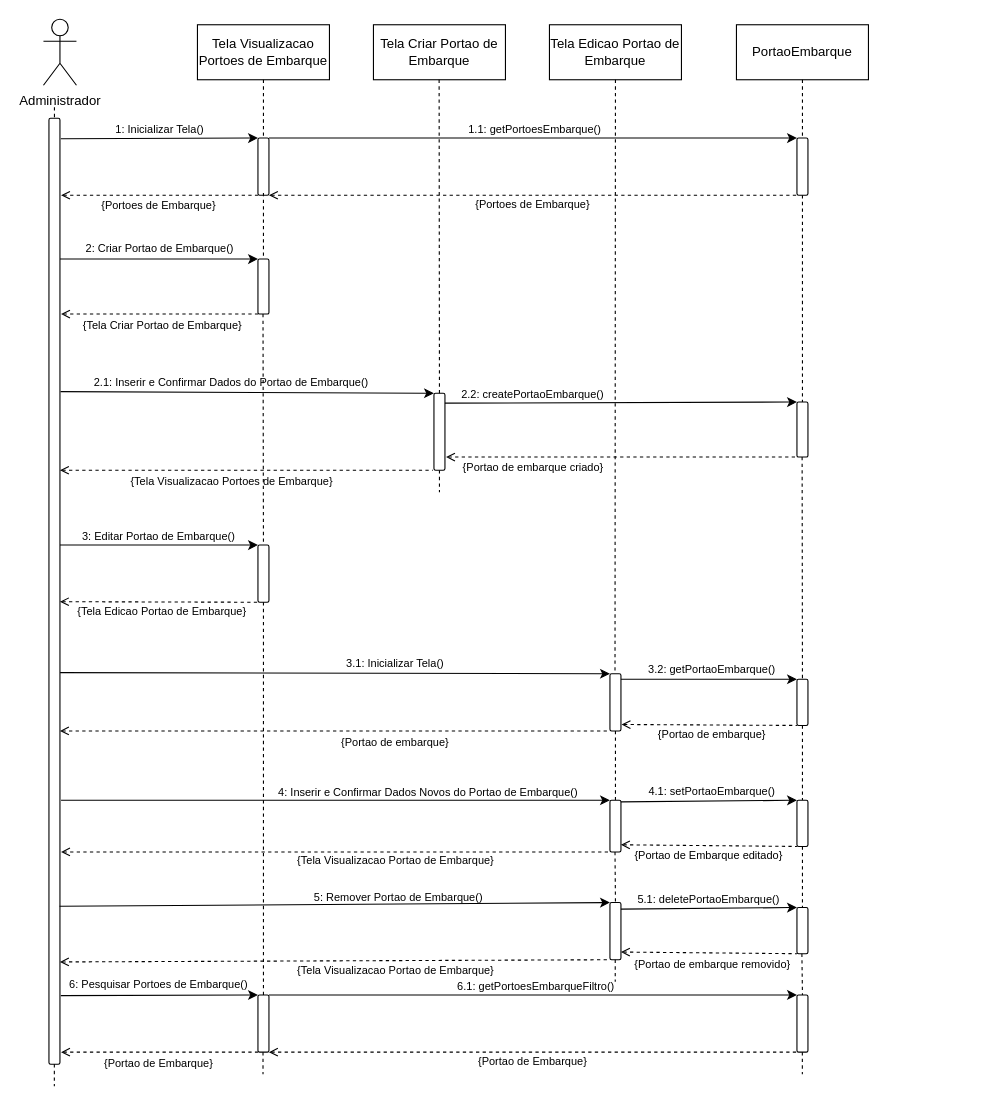
The draw.io diagram Diagramas/Eng_de_Software/Modelos/Sequencia/Manter_Portoes_de_Embarque.drawio in GabrielGMori/trabalho-conclus-o-ano, before the edit. Source tidied: cells renumbered, new cells numbered last; positions are measured from the earlier drawing's top-left corner, leaving out a move shared by most shapes. Both pictures are drawn from the tidied source at 110%, with x=0, y=0 at pixel (43, 19).
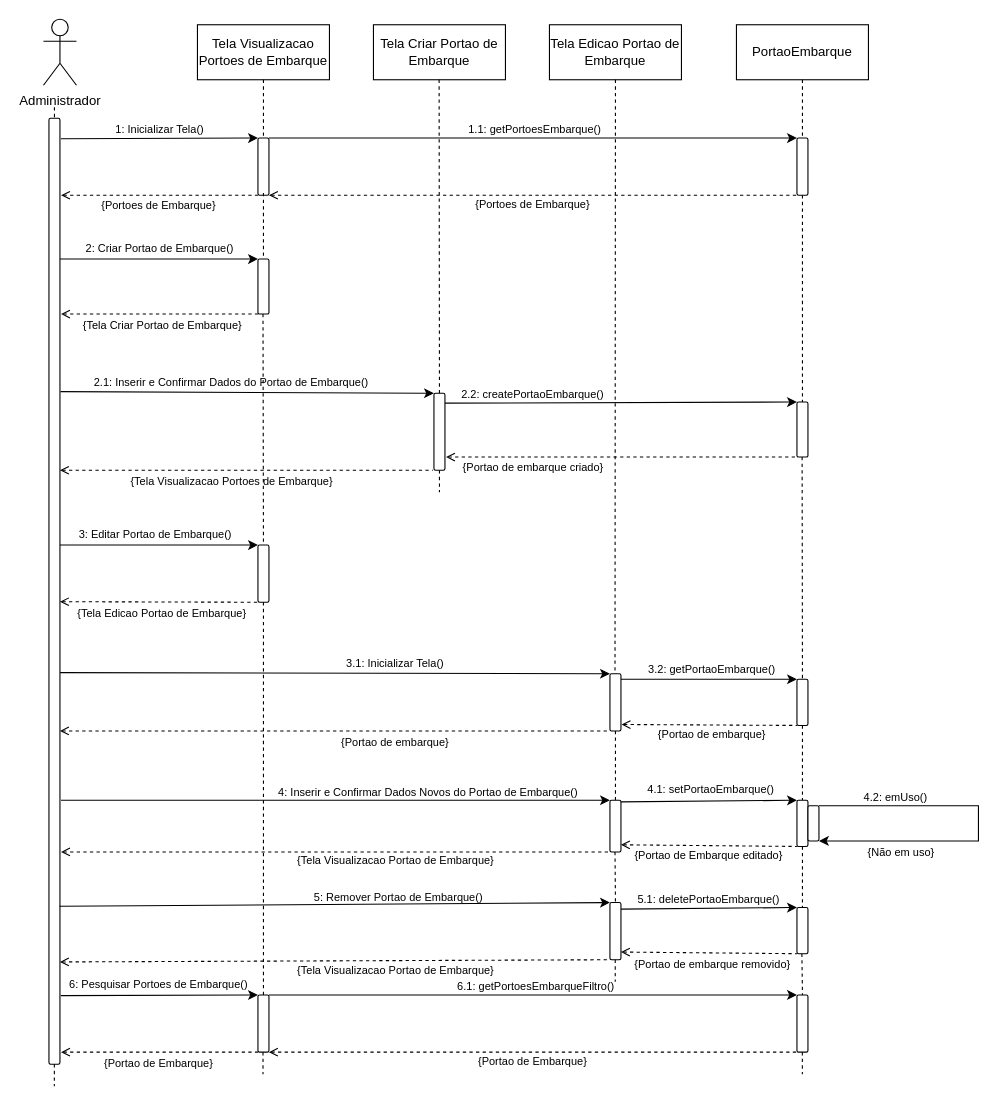
After the change.

Unchanged cells that the change refers to:
```xml
<mxCell id="47" style="rounded=1;whiteSpace=wrap;html=1;" parent="1" vertex="1">
  <mxGeometry x="685" y="600" width="10" height="42" as="geometry" />
</mxCell>
```

Diff of the diagram source:
```diff
@@
     <mxCell id="40" value="&lt;font&gt;3: Editar &lt;/font&gt;Portao de Embarque&lt;font&gt;()&lt;/font&gt;" style="text;html=1;align=center;verticalAlign=middle;whiteSpace=wrap;rounded=0;fontSize=10;" parent="1" vertex="1">
-      <mxGeometry x="25" y="460" width="160" height="20" as="geometry" />
+      <mxGeometry x="22" y="458" width="160" height="20" as="geometry" />
     </mxCell>
-    <mxCell id="41" value="{Tela Edicao&amp;nbsp;Portao de Embarque}" style="text;html=1;align=center;verticalAlign=middle;whiteSpace=wrap;rounded=0;fontSize=10;" parent="1" vertex="1">
-      <mxGeometry x="18" y="528" width="180" height="20" as="geometry" />
-    </mxCell>
@@
-    <mxCell id="58" value="&lt;font&gt;4.1: setPortaoEmbarque&lt;/font&gt;&lt;font&gt;()&lt;/font&gt;" style="text;html=1;align=center;verticalAlign=middle;whiteSpace=wrap;rounded=0;fontSize=10;" parent="1" vertex="1">
-      <mxGeometry x="528" y="692" width="160" height="20" as="geometry" />
+    <mxCell id="58" value="&lt;font&gt;4.2: emUso&lt;/font&gt;&lt;font&gt;()&lt;/font&gt;" style="text;html=1;align=center;verticalAlign=middle;whiteSpace=wrap;rounded=0;fontSize=10;" parent="1" vertex="1">
+      <mxGeometry x="695" y="697" width="160" height="20" as="geometry" />
     </mxCell>
@@
-    <mxCell id="85" style="endArrow=none;dashed=1;html=1;rounded=0;entryX=0.5;entryY=0;entryDx=0;entryDy=0;" parent="1" edge="1" target="47">
-      <mxGeometry relative="1" as="geometry">
-        <mxPoint x="689.7" y="398" as="sourcePoint" />
-      </mxGeometry>
-    </mxCell>
@@
+    <mxCell id="99" style="endArrow=none;dashed=1;html=1;rounded=0;entryX=0.5;entryY=0;entryDx=0;entryDy=0;" parent="1" edge="1" target="47">
+      <mxGeometry relative="1" as="geometry">
+        <mxPoint x="689.7" y="398" as="sourcePoint" />
+      </mxGeometry>
+    </mxCell>
+    <mxCell id="41" value="{Tela Edicao&amp;nbsp;Portao de Embarque}" style="text;html=1;align=center;verticalAlign=middle;whiteSpace=wrap;rounded=0;fontSize=10;" parent="1" vertex="1">
+      <mxGeometry x="18" y="530" width="180" height="20" as="geometry" />
+    </mxCell>
+    <mxCell id="100" value="&lt;font&gt;4.1: setPortaoEmbarque&lt;/font&gt;&lt;font&gt;()&lt;/font&gt;" style="text;html=1;align=center;verticalAlign=middle;whiteSpace=wrap;rounded=0;fontSize=10;" parent="1" vertex="1">
+      <mxGeometry x="527" y="690" width="160" height="20" as="geometry" />
+    </mxCell>
+    <mxCell id="101" style="endArrow=classic;html=1;rounded=0;exitX=1;exitY=0;exitDx=0;exitDy=0;entryX=1;entryY=1;entryDx=0;entryDy=0;" parent="1" edge="1" source="102" target="102">
+      <mxGeometry relative="1" as="geometry">
+        <Array as="points">
+          <mxPoint x="850" y="715" />
+          <mxPoint x="850" y="747" />
+        </Array>
+      </mxGeometry>
+    </mxCell>
+    <mxCell id="102" style="rounded=1;whiteSpace=wrap;html=1;" parent="1" vertex="1">
+      <mxGeometry x="695" y="715" width="10" height="32" as="geometry" />
+    </mxCell>
+    <mxCell id="103" value="{Não em uso}" style="text;html=1;align=center;verticalAlign=middle;whiteSpace=wrap;rounded=0;fontSize=10;" parent="1" vertex="1">
+      <mxGeometry x="705" y="747" width="150" height="20" as="geometry" />
+    </mxCell>
```
